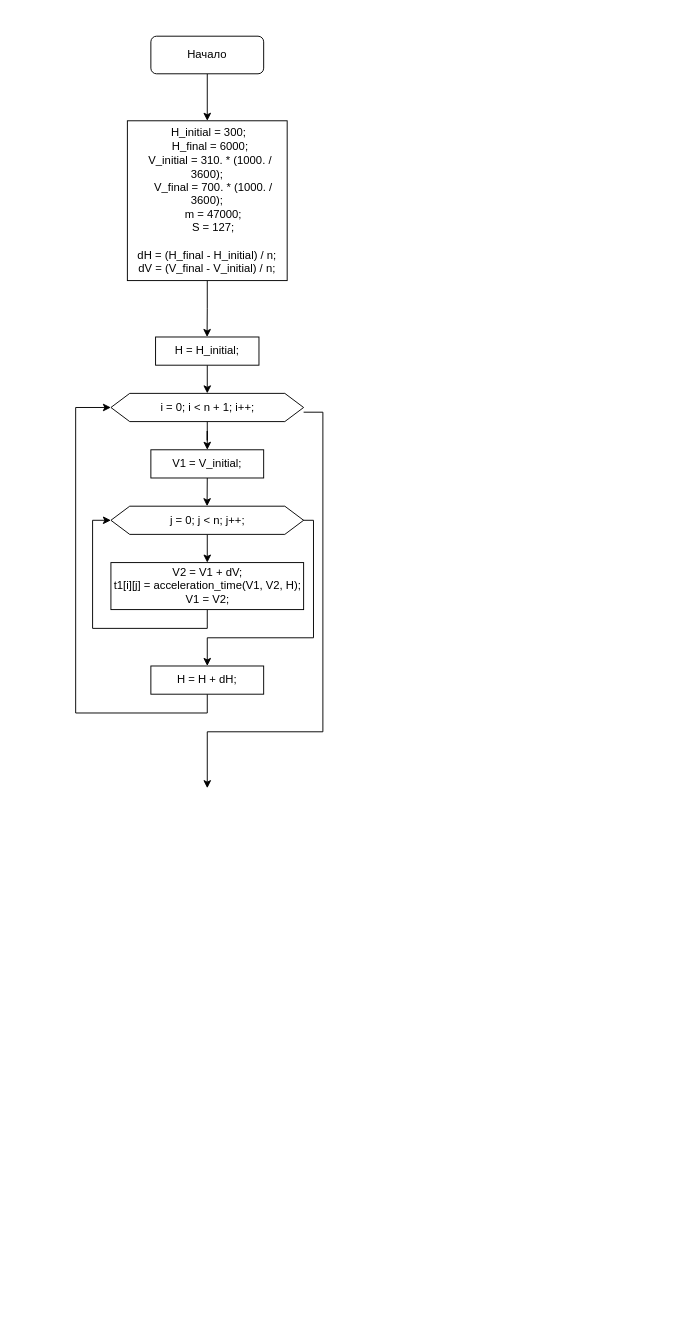
Before: Диаграмма без названия.drawio in nerses-a/Least_squares, a draw.io diagram. Source tidied: cells renumbered, new cells numbered last; positions are measured from the earlier drawing's top-left corner, leaving out a move shared by most shapes. Both pictures are drawn from the tidied source at 94%, with x=0, y=0 at pixel (75, 36).
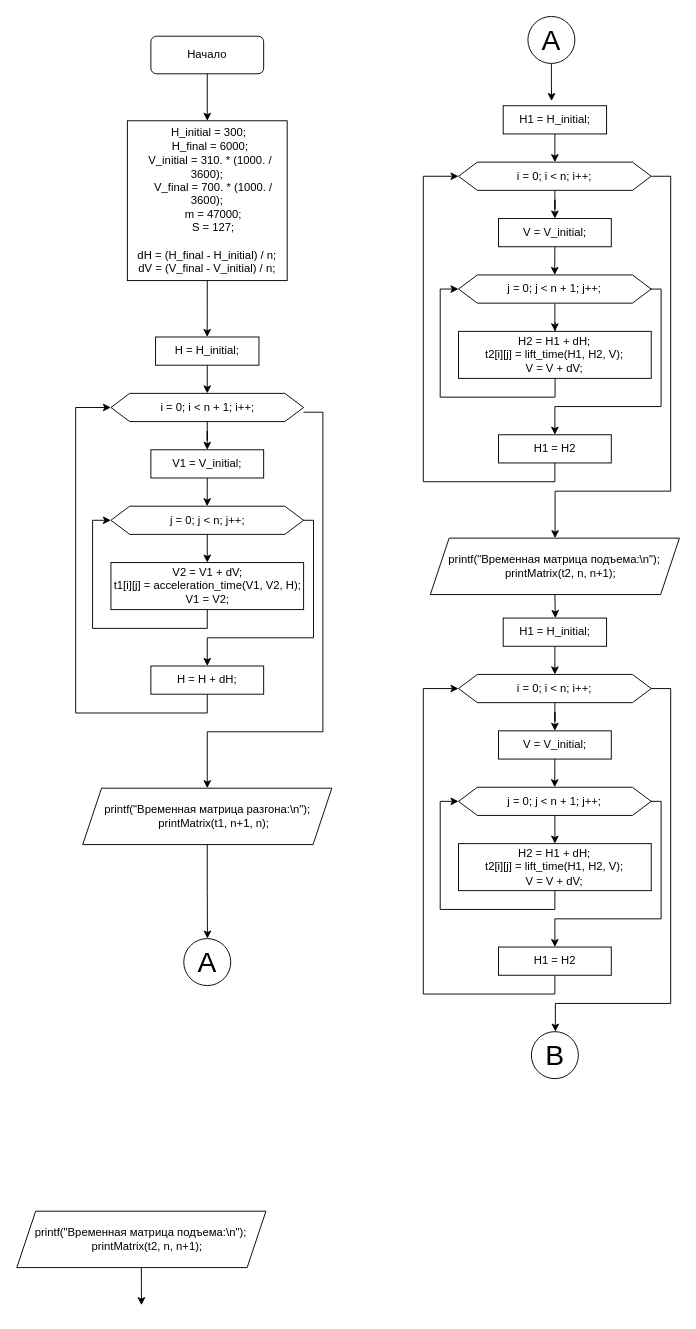
The same page after the edit.

Unchanged cells that the change refers to:
```xml
<mxCell id="5" value="&lt;div&gt;&amp;nbsp;H_initial = 300;&lt;/div&gt;&lt;div&gt;&amp;nbsp; H_final = 6000;&lt;/div&gt;&lt;div&gt;&amp;nbsp; V_initial = 310. * (1000. / 3600);&lt;/div&gt;&lt;div&gt;&amp;nbsp; &amp;nbsp; V_final = 700. * (1000. / 3600);&lt;/div&gt;&lt;div&gt;&amp;nbsp; &amp;nbsp; m = 47000;&lt;/div&gt;&lt;div&gt;&amp;nbsp; &amp;nbsp; S = 127;&lt;/div&gt;&lt;div&gt;&lt;br&gt;&lt;/div&gt;&lt;div&gt;&lt;span style=&quot;background-color: initial;&quot;&gt;dH = (H_final - H_initial) / n;&lt;/span&gt;&lt;/div&gt;&lt;div&gt;&lt;span style=&quot;background-color: initial;&quot;&gt;dV = (V_final - V_initial) / n;&lt;/span&gt;&lt;/div&gt;" style="whiteSpace=wrap;html=1;" parent="1" vertex="1">
  <mxGeometry x="55" y="90" width="170" height="170" as="geometry" />
</mxCell>
<mxCell id="12" value="V1 = V_initial;" style="rounded=0;whiteSpace=wrap;html=1;" parent="1" vertex="1">
  <mxGeometry x="80" y="440" width="120" height="30" as="geometry" />
</mxCell>
```

What changed in the source:
```diff
@@
     <mxCell id="4" style="edgeStyle=orthogonalEdgeStyle;rounded=0;jettySize=auto;html=1;exitX=0.5;exitY=1;exitDx=0;exitDy=0;" parent="1" edge="1" source="5">
       <mxGeometry relative="1" as="geometry">
-        <mxPoint x="139.8" y="320" as="targetPoint" />
+        <mxPoint x="139.9" y="320" as="targetPoint" />
       </mxGeometry>
     </mxCell>
@@
     <mxCell id="11" style="edgeStyle=orthogonalEdgeStyle;rounded=0;jettySize=auto;html=1;exitX=0.5;exitY=1;exitDx=0;exitDy=0;" parent="1" edge="1" source="12">
       <mxGeometry relative="1" as="geometry">
-        <mxPoint x="139.8" y="500" as="targetPoint" />
+        <mxPoint x="139.9" y="500" as="targetPoint" />
       </mxGeometry>
     </mxCell>
@@
+    <mxCell id="20" style="edgeStyle=orthogonalEdgeStyle;rounded=0;jettySize=auto;html=1;exitX=0.5;exitY=1;exitDx=0;exitDy=0;" parent="1" edge="1" source="21">
+      <mxGeometry relative="1" as="geometry">
+        <mxPoint x="140.2" y="960" as="targetPoint" />
+      </mxGeometry>
+    </mxCell>
+    <mxCell id="21" value="&lt;div&gt;printf(&quot;Временная матрица разгона:\n&quot;);&lt;/div&gt;&lt;div&gt;&amp;nbsp; &amp;nbsp; printMatrix(t1, n+1, n);&lt;/div&gt;" style="shape=parallelogram;perimeter=parallelogramPerimeter;whiteSpace=wrap;html=1;fixedSize=1;" parent="1" vertex="1">
+      <mxGeometry x="7.5" y="800" width="265" height="60" as="geometry" />
+    </mxCell>
+    <mxCell id="22" style="edgeStyle=orthogonalEdgeStyle;rounded=0;jettySize=auto;html=1;exitX=0.5;exitY=1;exitDx=0;exitDy=0;" parent="1" edge="1" source="23">
+      <mxGeometry relative="1" as="geometry">
+        <mxPoint x="506.3" y="69" as="targetPoint" />
+      </mxGeometry>
+    </mxCell>
+    <mxCell id="23" value="&lt;font style=&quot;font-size: 30px;&quot;&gt;A&lt;/font&gt;" style="ellipse;whiteSpace=wrap;html=1;" parent="1" vertex="1">
+      <mxGeometry x="481.1" y="-21" width="50" height="50" as="geometry" />
+    </mxCell>
+    <mxCell id="24" style="edgeStyle=orthogonalEdgeStyle;rounded=0;jettySize=auto;html=1;exitX=0.5;exitY=1;exitDx=0;exitDy=0;entryX=0.5;entryY=0;entryDx=0;entryDy=0;" parent="1" edge="1" source="25" target="27">
+      <mxGeometry relative="1" as="geometry" />
+    </mxCell>
+    <mxCell id="25" value="H1 = H_initial;" style="rounded=0;whiteSpace=wrap;html=1;" parent="1" vertex="1">
+      <mxGeometry x="454.8" y="74" width="110" height="30" as="geometry" />
+    </mxCell>
+    <mxCell id="26" style="edgeStyle=orthogonalEdgeStyle;rounded=0;jettySize=auto;html=1;" parent="1" edge="1" source="27" target="29">
+      <mxGeometry relative="1" as="geometry" />
+    </mxCell>
+    <mxCell id="27" value="i = 0; i &amp;lt; n; i++;" style="shape=hexagon;perimeter=hexagonPerimeter2;whiteSpace=wrap;html=1;fixedSize=1;" parent="1" vertex="1">
+      <mxGeometry x="407.3" y="134" width="205" height="30" as="geometry" />
+    </mxCell>
+    <mxCell id="28" style="edgeStyle=orthogonalEdgeStyle;rounded=0;jettySize=auto;html=1;exitX=0.5;exitY=1;exitDx=0;exitDy=0;" parent="1" edge="1" source="29">
+      <mxGeometry relative="1" as="geometry">
+        <mxPoint x="509.6" y="254" as="targetPoint" />
+      </mxGeometry>
+    </mxCell>
+    <mxCell id="29" value="V = V_initial;" style="rounded=0;whiteSpace=wrap;html=1;" parent="1" vertex="1">
+      <mxGeometry x="449.8" y="194" width="120" height="30" as="geometry" />
+    </mxCell>
+    <mxCell id="30" style="edgeStyle=orthogonalEdgeStyle;rounded=0;jettySize=auto;html=1;exitX=0.5;exitY=1;exitDx=0;exitDy=0;entryX=0.5;entryY=0;entryDx=0;entryDy=0;" parent="1" edge="1" source="32" target="34">
+      <mxGeometry relative="1" as="geometry" />
+    </mxCell>
+    <mxCell id="31" style="edgeStyle=orthogonalEdgeStyle;rounded=0;orthogonalLoop=1;jettySize=auto;html=1;exitX=1;exitY=0.5;exitDx=0;exitDy=0;" parent="1" edge="1">
+      <mxGeometry relative="1" as="geometry">
+        <mxPoint x="602.3" y="269" as="sourcePoint" />
+        <mxPoint x="509.8" y="424" as="targetPoint" />
+        <Array as="points">
+          <mxPoint x="622.8" y="269" />
+          <mxPoint x="622.8" y="394" />
+          <mxPoint x="509.8" y="394" />
+        </Array>
+      </mxGeometry>
+    </mxCell>
+    <mxCell id="32" value="j = 0; j &amp;lt; n + 1; j++;" style="shape=hexagon;perimeter=hexagonPerimeter2;whiteSpace=wrap;html=1;fixedSize=1;" parent="1" vertex="1">
+      <mxGeometry x="407.3" y="254" width="205" height="30" as="geometry" />
+    </mxCell>
+    <mxCell id="33" style="edgeStyle=orthogonalEdgeStyle;rounded=0;jettySize=auto;html=1;entryX=0;entryY=0.5;entryDx=0;entryDy=0;" parent="1" edge="1" target="32">
+      <mxGeometry relative="1" as="geometry">
+        <mxPoint x="510" y="304" as="sourcePoint" />
+        <Array as="points">
+          <mxPoint x="509.8" y="384" />
+          <mxPoint x="387.8" y="384" />
+          <mxPoint x="387.8" y="269" />
+        </Array>
+      </mxGeometry>
+    </mxCell>
+    <mxCell id="34" value="&lt;div&gt;H2 = H1 + dH;&lt;/div&gt;&lt;div&gt;&lt;span style=&quot;background-color: initial;&quot;&gt;t2[i][j] = lift_time(H1, H2, V);&lt;/span&gt;&lt;/div&gt;&lt;div&gt;&lt;span style=&quot;background-color: initial;&quot;&gt;V = V + dV;&lt;/span&gt;&lt;/div&gt;" style="rounded=0;whiteSpace=wrap;html=1;" parent="1" vertex="1">
+      <mxGeometry x="407.3" y="314" width="205" height="50" as="geometry" />
+    </mxCell>
+    <mxCell id="35" style="edgeStyle=orthogonalEdgeStyle;rounded=0;jettySize=auto;html=1;exitX=0.5;exitY=1;exitDx=0;exitDy=0;entryX=0;entryY=0.5;entryDx=0;entryDy=0;" parent="1" edge="1" source="36" target="27">
+      <mxGeometry relative="1" as="geometry">
+        <Array as="points">
+          <mxPoint x="509.8" y="474" />
+          <mxPoint x="369.8" y="474" />
+          <mxPoint x="369.8" y="149" />
+        </Array>
+      </mxGeometry>
+    </mxCell>
+    <mxCell id="36" value="H1 = H2" style="rounded=0;whiteSpace=wrap;html=1;" parent="1" vertex="1">
+      <mxGeometry x="449.8" y="424" width="120" height="30" as="geometry" />
+    </mxCell>
+    <mxCell id="37" style="edgeStyle=orthogonalEdgeStyle;rounded=0;orthogonalLoop=1;jettySize=auto;html=1;exitX=1;exitY=0.5;exitDx=0;exitDy=0;" parent="1" edge="1">
+      <mxGeometry relative="1" as="geometry">
+        <mxPoint x="612.3" y="149" as="sourcePoint" />
+        <mxPoint x="510" y="534" as="targetPoint" />
+        <Array as="points">
+          <mxPoint x="633" y="149" />
+          <mxPoint x="633" y="484" />
+          <mxPoint x="510" y="484" />
+        </Array>
+      </mxGeometry>
+    </mxCell>
+    <mxCell id="38" style="edgeStyle=orthogonalEdgeStyle;rounded=0;jettySize=auto;html=1;exitX=0.5;exitY=1;exitDx=0;exitDy=0;" parent="1" edge="1" source="39">
+      <mxGeometry relative="1" as="geometry">
+        <mxPoint x="510.3" y="619" as="targetPoint" />
+      </mxGeometry>
+    </mxCell>
+    <mxCell id="39" value="&lt;div&gt;printf(&quot;Временная матрица подъема:\n&quot;);&lt;/div&gt;&lt;div&gt;&amp;nbsp; &amp;nbsp; printMatrix(t2, n, n+1);&lt;/div&gt;" style="shape=parallelogram;perimeter=parallelogramPerimeter;whiteSpace=wrap;html=1;fixedSize=1;" parent="1" vertex="1">
+      <mxGeometry x="377.3" y="534" width="265" height="60" as="geometry" />
+    </mxCell>
+    <mxCell id="40" style="edgeStyle=orthogonalEdgeStyle;rounded=0;jettySize=auto;html=1;exitX=0.5;exitY=1;exitDx=0;exitDy=0;entryX=0.5;entryY=0;entryDx=0;entryDy=0;" parent="1" edge="1" source="41" target="43">
+      <mxGeometry relative="1" as="geometry" />
+    </mxCell>
+    <mxCell id="41" value="H1 = H_initial;" style="rounded=0;whiteSpace=wrap;html=1;" parent="1" vertex="1">
+      <mxGeometry x="454.8" y="619" width="110" height="30" as="geometry" />
+    </mxCell>
+    <mxCell id="42" style="edgeStyle=orthogonalEdgeStyle;rounded=0;jettySize=auto;html=1;" parent="1" edge="1" source="43" target="45">
+      <mxGeometry relative="1" as="geometry" />
+    </mxCell>
+    <mxCell id="43" value="i = 0; i &amp;lt; n; i++;" style="shape=hexagon;perimeter=hexagonPerimeter2;whiteSpace=wrap;html=1;fixedSize=1;" parent="1" vertex="1">
+      <mxGeometry x="407.3" y="679" width="205" height="30" as="geometry" />
+    </mxCell>
+    <mxCell id="44" style="edgeStyle=orthogonalEdgeStyle;rounded=0;jettySize=auto;html=1;exitX=0.5;exitY=1;exitDx=0;exitDy=0;" parent="1" edge="1" source="45">
+      <mxGeometry relative="1" as="geometry">
+        <mxPoint x="509.6" y="799" as="targetPoint" />
+      </mxGeometry>
+    </mxCell>
+    <mxCell id="45" value="V = V_initial;" style="rounded=0;whiteSpace=wrap;html=1;" parent="1" vertex="1">
+      <mxGeometry x="449.8" y="739" width="120" height="30" as="geometry" />
+    </mxCell>
+    <mxCell id="46" style="edgeStyle=orthogonalEdgeStyle;rounded=0;jettySize=auto;html=1;exitX=0.5;exitY=1;exitDx=0;exitDy=0;entryX=0.5;entryY=0;entryDx=0;entryDy=0;" parent="1" edge="1" source="48" target="50">
+      <mxGeometry relative="1" as="geometry" />
+    </mxCell>
+    <mxCell id="47" style="edgeStyle=orthogonalEdgeStyle;rounded=0;orthogonalLoop=1;jettySize=auto;html=1;exitX=1;exitY=0.5;exitDx=0;exitDy=0;" parent="1" edge="1">
+      <mxGeometry relative="1" as="geometry">
+        <mxPoint x="602.3" y="814" as="sourcePoint" />
+        <mxPoint x="509.8" y="969" as="targetPoint" />
+        <Array as="points">
+          <mxPoint x="622.8" y="814" />
+          <mxPoint x="622.8" y="939" />
+          <mxPoint x="509.8" y="939" />
+        </Array>
+      </mxGeometry>
+    </mxCell>
+    <mxCell id="48" value="j = 0; j &amp;lt; n + 1; j++;" style="shape=hexagon;perimeter=hexagonPerimeter2;whiteSpace=wrap;html=1;fixedSize=1;" parent="1" vertex="1">
+      <mxGeometry x="407.3" y="799" width="205" height="30" as="geometry" />
+    </mxCell>
+    <mxCell id="49" style="edgeStyle=orthogonalEdgeStyle;rounded=0;jettySize=auto;html=1;exitX=0.5;exitY=1;exitDx=0;exitDy=0;entryX=0;entryY=0.5;entryDx=0;entryDy=0;" parent="1" edge="1" source="50" target="48">
+      <mxGeometry relative="1" as="geometry">
+        <Array as="points">
+          <mxPoint x="509.8" y="929" />
+          <mxPoint x="387.8" y="929" />
+          <mxPoint x="387.8" y="814" />
+        </Array>
+      </mxGeometry>
+    </mxCell>
+    <mxCell id="50" value="&lt;div&gt;H2 = H1 + dH;&lt;/div&gt;&lt;div&gt;&lt;span style=&quot;background-color: initial;&quot;&gt;t2[i][j] = lift_time(H1, H2, V);&lt;/span&gt;&lt;/div&gt;&lt;div&gt;&lt;span style=&quot;background-color: initial;&quot;&gt;V = V + dV;&lt;/span&gt;&lt;/div&gt;" style="rounded=0;whiteSpace=wrap;html=1;" parent="1" vertex="1">
+      <mxGeometry x="407.3" y="859" width="205" height="50" as="geometry" />
+    </mxCell>
+    <mxCell id="51" style="edgeStyle=orthogonalEdgeStyle;rounded=0;jettySize=auto;html=1;exitX=0.5;exitY=1;exitDx=0;exitDy=0;entryX=0;entryY=0.5;entryDx=0;entryDy=0;" parent="1" edge="1" source="52" target="43">
+      <mxGeometry relative="1" as="geometry">
+        <Array as="points">
+          <mxPoint x="509.8" y="1019" />
+          <mxPoint x="369.8" y="1019" />
+          <mxPoint x="369.8" y="694" />
+        </Array>
+      </mxGeometry>
+    </mxCell>
+    <mxCell id="52" value="H1 = H2" style="rounded=0;whiteSpace=wrap;html=1;" parent="1" vertex="1">
+      <mxGeometry x="449.8" y="969" width="120" height="30" as="geometry" />
+    </mxCell>
+    <mxCell id="53" style="edgeStyle=orthogonalEdgeStyle;rounded=0;orthogonalLoop=1;jettySize=auto;html=1;exitX=1;exitY=0.5;exitDx=0;exitDy=0;" parent="1" edge="1">
+      <mxGeometry relative="1" as="geometry">
+        <mxPoint x="612.3" y="694" as="sourcePoint" />
+        <mxPoint x="510.3" y="1059" as="targetPoint" />
+        <Array as="points">
+          <mxPoint x="633" y="694" />
+          <mxPoint x="633" y="1029" />
+          <mxPoint x="510" y="1029" />
+        </Array>
+      </mxGeometry>
+    </mxCell>
+    <mxCell id="54" style="edgeStyle=orthogonalEdgeStyle;rounded=0;jettySize=auto;html=1;exitX=0.5;exitY=1;exitDx=0;exitDy=0;" parent="1" edge="1" source="55">
+      <mxGeometry relative="1" as="geometry">
+        <mxPoint x="70" y="1350" as="targetPoint" />
+      </mxGeometry>
+    </mxCell>
+    <mxCell id="55" value="&lt;div&gt;printf(&quot;Временная матрица подъема:\n&quot;);&lt;/div&gt;&lt;div&gt;&amp;nbsp; &amp;nbsp; printMatrix(t2, n, n+1);&lt;/div&gt;" style="shape=parallelogram;perimeter=parallelogramPerimeter;whiteSpace=wrap;html=1;fixedSize=1;" parent="1" vertex="1">
+      <mxGeometry x="-62.6" y="1250" width="265" height="60" as="geometry" />
+    </mxCell>
+    <mxCell id="56" value="&lt;span style=&quot;font-size: 30px;&quot;&gt;B&lt;br&gt;&lt;/span&gt;" style="ellipse;whiteSpace=wrap;html=1;" parent="1" vertex="1">
+      <mxGeometry x="484.8" y="1059" width="50" height="50" as="geometry" />
+    </mxCell>
+    <mxCell id="57" value="&lt;font style=&quot;font-size: 30px;&quot;&gt;A&lt;/font&gt;" style="ellipse;whiteSpace=wrap;html=1;" parent="1" vertex="1">
+      <mxGeometry x="115" y="960" width="50" height="50" as="geometry" />
+    </mxCell>
```
